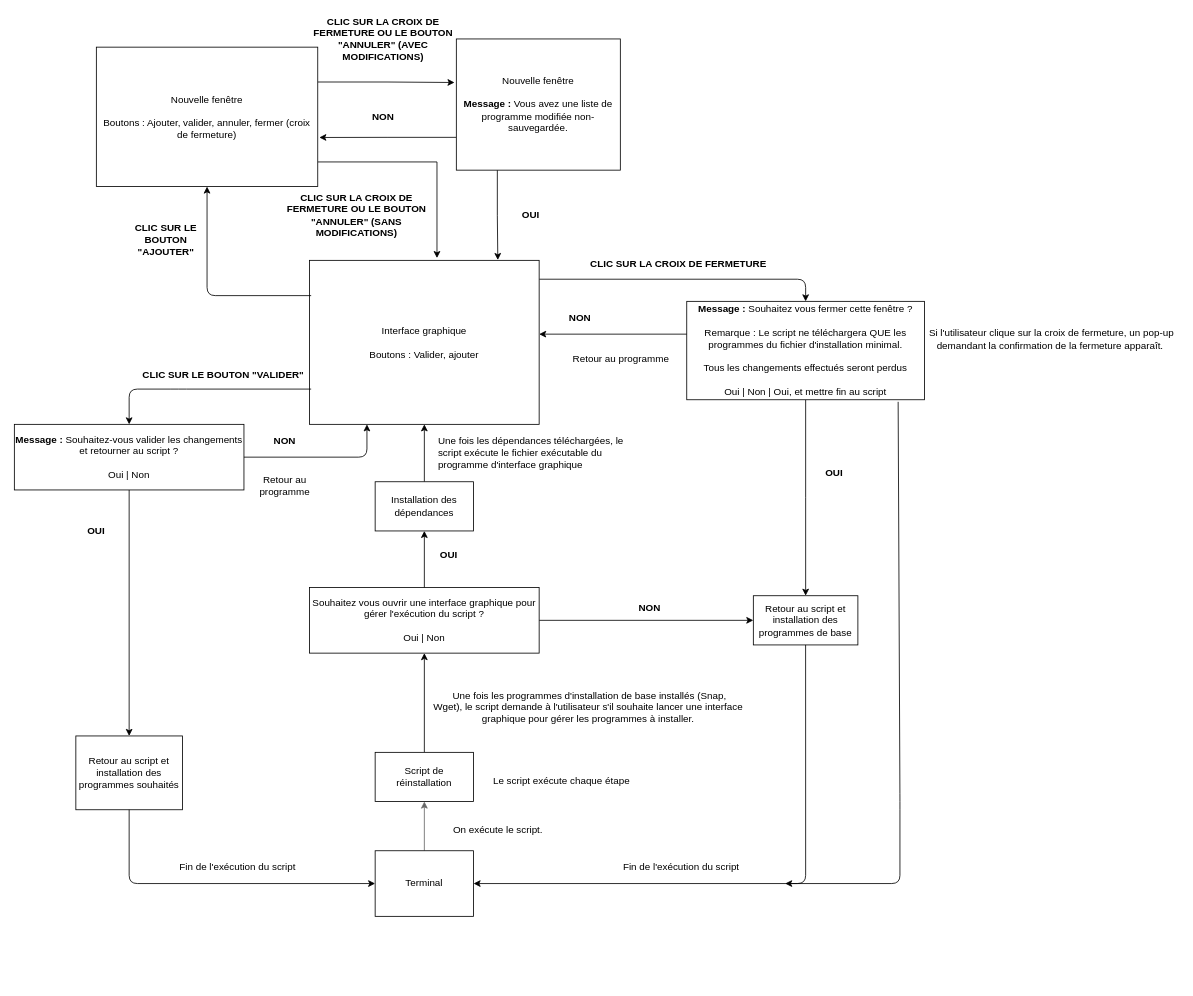
Earlier version of the draw.io diagram GUI/Interface graphique.drawio (DimitriObeid/Linux-reinstall). Source tidied: cells renumbered, new cells numbered last; positions are measured from the earlier drawing's top-left corner, leaving out a move shared by most shapes. Both pictures are drawn from the tidied source at 82%, with x=0, y=0 at pixel (14, 14).
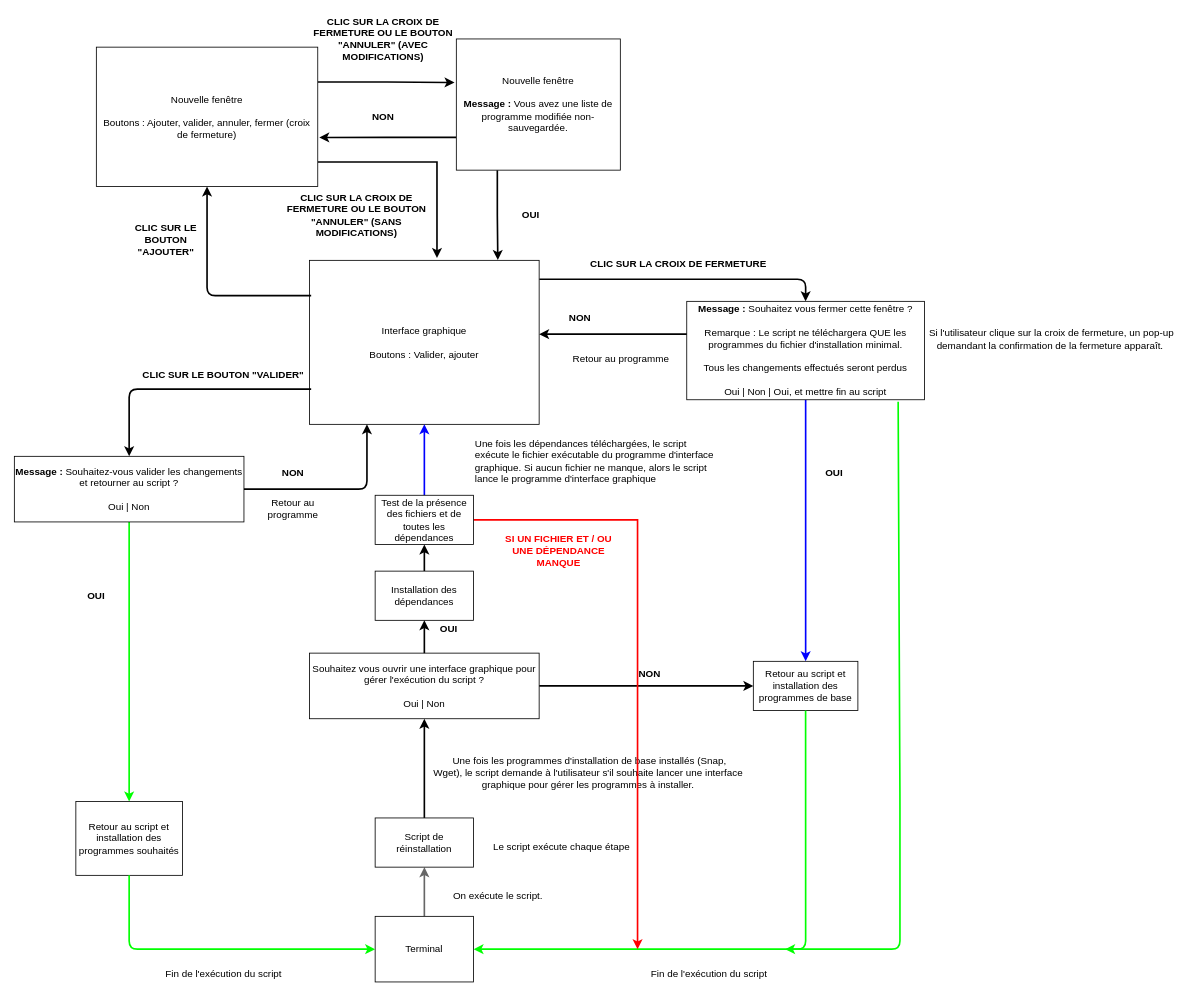
The same page after the edit.

Commit message (it also covers changes not shown here):
Gestion du code de couleurs des flèches

Unchanged cells that the change refers to:
```xml
<mxCell id="10" value="Interface graphique&lt;br&gt;&lt;br&gt;Boutons : Valider, ajouter" style="rounded=0;whiteSpace=wrap;html=1;align=center;" parent="1" vertex="1">
  <mxGeometry x="360" y="300" width="280" height="200" as="geometry" />
</mxCell>
<mxCell id="16" value="&lt;b&gt;Message :&lt;/b&gt; Souhaitez vous fermer cette fenêtre ?&lt;br&gt;&lt;br&gt;Remarque : Le script ne téléchargera QUE les programmes du fichier d'installation minimal.&lt;br&gt;&lt;br&gt;Tous les changements effectués seront perdus&lt;br&gt;&lt;br&gt;&lt;div&gt;Oui | Non | Oui, et mettre fin au script&lt;/div&gt;" style="rounded=0;whiteSpace=wrap;html=1;" parent="1" vertex="1">
  <mxGeometry x="820" y="350" width="290" height="120" as="geometry" />
</mxCell>
<mxCell id="42" value="Nouvelle fenêtre&lt;br&gt;&lt;br&gt;Boutons : Ajouter, valider, annuler, fermer (croix de fermeture)" style="rounded=0;whiteSpace=wrap;html=1;" parent="1" vertex="1">
  <mxGeometry x="100" y="40" width="270" height="170" as="geometry" />
</mxCell>
<mxCell id="49" value="Nouvelle fenêtre&lt;br&gt;&lt;br&gt;&lt;b&gt;Message :&lt;/b&gt; Vous avez une liste de programme modifiée non-sauvegardée." style="rounded=0;whiteSpace=wrap;html=1;" parent="1" vertex="1">
  <mxGeometry x="539" y="30" width="200" height="160" as="geometry" />
</mxCell>
```

What changed in the source:
```diff
@@
-    <mxCell id="2" style="edgeStyle=orthogonalEdgeStyle;rounded=0;jettySize=auto;html=1;fillColor=#f5f5f5;strokeColor=#666666;" parent="1" edge="1" source="3" target="5">
+    <mxCell id="2" style="edgeStyle=orthogonalEdgeStyle;rounded=0;jettySize=auto;html=1;fillColor=#f5f5f5;strokeColor=#666666;strokeWidth=2;" parent="1" edge="1" source="3" target="5">
       <mxGeometry relative="1" as="geometry" />
     </mxCell>
     <mxCell id="3" value="Terminal" style="rounded=0;whiteSpace=wrap;html=1;" parent="1" vertex="1">
-      <mxGeometry x="440" y="1020" width="120" height="80" as="geometry" />
+      <mxGeometry x="440" y="1100" width="120" height="80" as="geometry" />
     </mxCell>
-    <mxCell id="4" style="edgeStyle=orthogonalEdgeStyle;rounded=0;jettySize=auto;html=1;" parent="1" edge="1" source="5" target="7">
+    <mxCell id="4" style="edgeStyle=orthogonalEdgeStyle;rounded=0;jettySize=auto;html=1;strokeWidth=2;" parent="1" edge="1" source="5" target="7">
       <mxGeometry relative="1" as="geometry" />
     </mxCell>
     <mxCell id="5" value="Script de réinstallation" style="rounded=0;whiteSpace=wrap;html=1;" parent="1" vertex="1">
-      <mxGeometry x="440" y="900" width="120" height="60" as="geometry" />
+      <mxGeometry x="440" y="980" width="120" height="60" as="geometry" />
     </mxCell>
-    <mxCell id="6" style="edgeStyle=orthogonalEdgeStyle;rounded=0;jettySize=auto;html=1;entryX=0;entryY=0.5;entryDx=0;entryDy=0;" parent="1" edge="1" source="7" target="17">
+    <mxCell id="6" style="edgeStyle=orthogonalEdgeStyle;rounded=0;jettySize=auto;html=1;entryX=0;entryY=0.5;entryDx=0;entryDy=0;strokeWidth=2;" parent="1" edge="1" source="7" target="17">
       <mxGeometry relative="1" as="geometry" />
     </mxCell>
     <mxCell id="7" value="Souhaitez vous ouvrir une interface graphique pour gérer l'exécution du script ?&lt;br&gt;&lt;br&gt;Oui | Non" style="rounded=0;whiteSpace=wrap;html=1;" parent="1" vertex="1">
-      <mxGeometry x="360" y="699" width="280" height="80" as="geometry" />
+      <mxGeometry x="360" y="779" width="280" height="80" as="geometry" />
     </mxCell>
-    <mxCell id="8" style="edgeStyle=orthogonalEdgeStyle;rounded=0;jettySize=auto;html=1;" parent="1" edge="1" source="9" target="10">
-      <mxGeometry relative="1" as="geometry" />
-    </mxCell>
+    <mxCell id="54" style="edgeStyle=orthogonalEdgeStyle;rounded=0;jettySize=auto;html=1;strokeWidth=2;" parent="1" edge="1" source="9" target="57">
+      <mxGeometry relative="1" as="geometry" />
+    </mxCell>
     <mxCell id="9" value="Installation des dépendances" style="rounded=0;whiteSpace=wrap;html=1;" parent="1" vertex="1">
-      <mxGeometry x="440" y="570" width="120" height="60" as="geometry" />
+      <mxGeometry x="440" y="679" width="120" height="60" as="geometry" />
     </mxCell>
@@
     <mxCell id="11" value="On exécute le script." style="text;strokeColor=none;fillColor=none;align=center;verticalAlign=middle;whiteSpace=wrap;rounded=0;html=1;" parent="1" vertex="1">
-      <mxGeometry x="530" y="980" width="120" height="30" as="geometry" />
+      <mxGeometry x="530" y="1060" width="120" height="30" as="geometry" />
     </mxCell>
-    <mxCell id="12" value="Une fois les dépendances téléchargées, le script exécute le fichier exécutable du programme d'interface graphique" style="text;html=1;strokeColor=none;fillColor=none;align=left;verticalAlign=middle;whiteSpace=wrap;rounded=0;" parent="1" vertex="1">
-      <mxGeometry x="515" y="500" width="240" height="70" as="geometry" />
+    <mxCell id="12" value="Une fois les dépendances téléchargées, le script exécute le fichier exécutable du programme d'interface graphique. Si aucun fichier ne manque, alors le script lance le programme d'interface graphique" style="text;html=1;strokeColor=none;fillColor=none;align=left;verticalAlign=middle;whiteSpace=wrap;rounded=0;" parent="1" vertex="1">
+      <mxGeometry x="560" y="510" width="300" height="70" as="geometry" />
     </mxCell>
@@
-    <mxCell id="14" style="edgeStyle=orthogonalEdgeStyle;rounded=0;orthogonalLoop=1;jettySize=auto;html=1;exitX=0;exitY=0.5;exitDx=0;exitDy=0;" parent="1" edge="1">
+    <mxCell id="14" style="edgeStyle=orthogonalEdgeStyle;rounded=0;orthogonalLoop=1;jettySize=auto;html=1;exitX=0;exitY=0.5;exitDx=0;exitDy=0;strokeWidth=2;" parent="1" edge="1">
       <mxGeometry relative="1" as="geometry">
         <mxPoint x="870" y="390" as="sourcePoint" />
         <mxPoint x="640" y="390" as="targetPoint" />
       </mxGeometry>
     </mxCell>
-    <mxCell id="15" style="edgeStyle=orthogonalEdgeStyle;rounded=0;jettySize=auto;html=1;" parent="1" edge="1" source="16" target="17">
+    <mxCell id="15" style="edgeStyle=orthogonalEdgeStyle;rounded=0;jettySize=auto;html=1;strokeWidth=2;fillColor=#60a917;strokeColor=#0000FF;" parent="1" edge="1" source="16" target="17">
       <mxGeometry relative="1" as="geometry" />
     </mxCell>
@@
     <mxCell id="17" value="Retour au script et installation des programmes de base" style="rounded=0;whiteSpace=wrap;html=1;" parent="1" vertex="1">
-      <mxGeometry x="901.2" y="709" width="127.5" height="60" as="geometry" />
+      <mxGeometry x="901.2" y="789" width="127.5" height="60" as="geometry" />
     </mxCell>
-    <mxCell id="18" style="endArrow=classic;html=1;entryX=0.5;entryY=0;entryDx=0;entryDy=0;exitX=1.001;exitY=0.115;exitDx=0;exitDy=0;exitPerimeter=0;" parent="1" edge="1" source="10" target="16">
+    <mxCell id="18" style="endArrow=classic;html=1;entryX=0.5;entryY=0;entryDx=0;entryDy=0;exitX=1.001;exitY=0.115;exitDx=0;exitDy=0;exitPerimeter=0;strokeWidth=2;" parent="1" edge="1" source="10" target="16">
       <mxGeometry relative="1" as="geometry">
         <Array as="points">
           <mxPoint x="965" y="323" />
         </Array>
       </mxGeometry>
     </mxCell>
@@
-    <mxCell id="21" style="endArrow=classic;html=1;exitX=0.5;exitY=1;exitDx=0;exitDy=0;entryX=1;entryY=0.5;entryDx=0;entryDy=0;" parent="1" edge="1" source="17" target="3">
+    <mxCell id="21" style="endArrow=classic;html=1;exitX=0.5;exitY=1;exitDx=0;exitDy=0;entryX=1;entryY=0.5;entryDx=0;entryDy=0;fillColor=#60a917;strokeColor=#00FF00;strokeWidth=2;" parent="1" edge="1" source="17" target="3">
       <mxGeometry relative="1" as="geometry">
         <Array as="points">
-          <mxPoint x="965" y="1060" />
+          <mxPoint x="965" y="1140" />
         </Array>
       </mxGeometry>
     </mxCell>
-    <mxCell id="22" style="endArrow=classic;html=1;entryX=0.5;entryY=1;entryDx=0;entryDy=0;exitX=0.5;exitY=0;exitDx=0;exitDy=0;" parent="1" edge="1" source="7" target="9">
+    <mxCell id="22" style="endArrow=classic;html=1;entryX=0.5;entryY=1;entryDx=0;entryDy=0;exitX=0.5;exitY=0;exitDx=0;exitDy=0;strokeWidth=2;" parent="1" edge="1" source="7" target="9">
       <mxGeometry relative="1" as="geometry" />
     </mxCell>
     <mxCell id="23" value="&lt;div&gt;&lt;span&gt;&amp;nbsp;Une fois les programmes d'installation de base installés (Snap, Wget),&amp;nbsp;&lt;/span&gt;&lt;span&gt;le script demande à l'utilisateur s'il souhaite lancer une interface graphique pour gérer les programmes à&amp;nbsp;installer.&lt;/span&gt;&lt;/div&gt;" style="text;html=1;strokeColor=none;fillColor=none;align=center;verticalAlign=middle;whiteSpace=wrap;rounded=0;" parent="1" vertex="1">
-      <mxGeometry x="510" y="794.9" width="380" height="100" as="geometry" />
+      <mxGeometry x="510" y="874.9" width="380" height="100" as="geometry" />
     </mxCell>
     <mxCell id="24" value="Le script exécute chaque étape" style="text;html=1;strokeColor=none;fillColor=none;align=center;verticalAlign=middle;whiteSpace=wrap;rounded=0;" parent="1" vertex="1">
-      <mxGeometry x="575" y="925" width="185" height="20" as="geometry" />
+      <mxGeometry x="575" y="1005" width="185" height="20" as="geometry" />
     </mxCell>
     <mxCell id="25" value="&lt;b&gt;NON&lt;/b&gt;" style="text;html=1;strokeColor=none;fillColor=none;align=center;verticalAlign=middle;whiteSpace=wrap;rounded=0;" parent="1" vertex="1">
-      <mxGeometry x="755" y="714" width="40" height="20" as="geometry" />
+      <mxGeometry x="755" y="794" width="40" height="20" as="geometry" />
     </mxCell>
@@
     <mxCell id="27" value="&lt;b&gt;OUI&lt;/b&gt;" style="text;html=1;strokeColor=none;fillColor=none;align=center;verticalAlign=middle;whiteSpace=wrap;rounded=0;" parent="1" vertex="1">
-      <mxGeometry x="510" y="650" width="40" height="20" as="geometry" />
+      <mxGeometry x="510" y="740" width="40" height="20" as="geometry" />
     </mxCell>
@@
-    <mxCell id="29" style="edgeStyle=orthogonalEdgeStyle;rounded=0;jettySize=auto;html=1;" parent="1" edge="1" source="30" target="31">
+    <mxCell id="29" style="edgeStyle=orthogonalEdgeStyle;rounded=0;jettySize=auto;html=1;strokeWidth=2;fillColor=#60a917;strokeColor=#00FF00;" parent="1" edge="1" source="30" target="31">
       <mxGeometry relative="1" as="geometry" />
     </mxCell>
     <mxCell id="30" value="&lt;b&gt;Message :&lt;/b&gt; Souhaitez-vous valider les changements et retourner au script ?&lt;br&gt;&lt;br&gt;Oui | Non" style="rounded=0;whiteSpace=wrap;html=1;" parent="1" vertex="1">
-      <mxGeometry y="500" width="280" height="80" as="geometry" />
+      <mxGeometry y="539" width="280" height="80" as="geometry" />
     </mxCell>
     <mxCell id="31" value="Retour au script et installation des programmes souhaités" style="rounded=0;whiteSpace=wrap;html=1;" parent="1" vertex="1">
-      <mxGeometry x="75" y="880" width="130" height="90" as="geometry" />
+      <mxGeometry x="75" y="960" width="130" height="90" as="geometry" />
     </mxCell>
-    <mxCell id="32" style="endArrow=classic;html=1;exitX=0.007;exitY=0.785;exitDx=0;exitDy=0;exitPerimeter=0;entryX=0.5;entryY=0;entryDx=0;entryDy=0;" parent="1" edge="1" source="10" target="30">
+    <mxCell id="32" style="endArrow=classic;html=1;exitX=0.007;exitY=0.785;exitDx=0;exitDy=0;exitPerimeter=0;entryX=0.5;entryY=0;entryDx=0;entryDy=0;strokeWidth=2;" parent="1" edge="1" source="10" target="30">
       <mxGeometry relative="1" as="geometry">
         <Array as="points">
           <mxPoint x="200" y="457" />
           <mxPoint x="140" y="457" />
         </Array>
       </mxGeometry>
     </mxCell>
@@
-    <mxCell id="34" style="endArrow=classic;html=1;exitX=1;exitY=0.5;exitDx=0;exitDy=0;entryX=0.25;entryY=1;entryDx=0;entryDy=0;" parent="1" edge="1" source="30" target="10">
+    <mxCell id="34" style="endArrow=classic;html=1;exitX=1;exitY=0.5;exitDx=0;exitDy=0;entryX=0.25;entryY=1;entryDx=0;entryDy=0;strokeWidth=2;" parent="1" edge="1" source="30" target="10">
       <mxGeometry relative="1" as="geometry">
         <Array as="points">
-          <mxPoint x="430" y="540" />
+          <mxPoint x="430" y="579" />
         </Array>
       </mxGeometry>
     </mxCell>
     <mxCell id="35" value="&lt;b&gt;NON&lt;/b&gt;" style="text;html=1;strokeColor=none;fillColor=none;align=center;verticalAlign=middle;whiteSpace=wrap;rounded=0;" parent="1" vertex="1">
-      <mxGeometry x="310" y="510" width="40" height="20" as="geometry" />
+      <mxGeometry x="320" y="550" width="40" height="20" as="geometry" />
     </mxCell>
     <mxCell id="36" value="Retour au programme" style="text;html=1;strokeColor=none;fillColor=none;align=center;verticalAlign=middle;whiteSpace=wrap;rounded=0;" parent="1" vertex="1">
-      <mxGeometry x="290" y="550" width="80" height="50" as="geometry" />
+      <mxGeometry x="300" y="586.5" width="80" height="32.5" as="geometry" />
     </mxCell>
     <mxCell id="37" value="&lt;b&gt;OUI&lt;/b&gt;" style="text;html=1;strokeColor=none;fillColor=none;align=center;verticalAlign=middle;whiteSpace=wrap;rounded=0;" parent="1" vertex="1">
-      <mxGeometry x="80" y="620" width="40" height="20" as="geometry" />
+      <mxGeometry x="80" y="700" width="40" height="20" as="geometry" />
     </mxCell>
-    <mxCell id="38" style="endArrow=classic;html=1;exitX=0.5;exitY=1;exitDx=0;exitDy=0;entryX=0;entryY=0.5;entryDx=0;entryDy=0;" parent="1" edge="1" source="31" target="3">
+    <mxCell id="38" style="endArrow=classic;html=1;exitX=0.5;exitY=1;exitDx=0;exitDy=0;entryX=0;entryY=0.5;entryDx=0;entryDy=0;strokeWidth=2;fillColor=#60a917;strokeColor=#00FF00;" parent="1" edge="1" source="31" target="3">
       <mxGeometry relative="1" as="geometry">
         <Array as="points">
-          <mxPoint x="140" y="1060" />
+          <mxPoint x="140" y="1140" />
         </Array>
       </mxGeometry>
     </mxCell>
     <mxCell id="39" value="Fin de l'exécution du script" style="text;html=1;strokeColor=none;fillColor=none;align=center;verticalAlign=middle;whiteSpace=wrap;rounded=0;" parent="1" vertex="1">
-      <mxGeometry x="185" y="1030" width="175" height="20" as="geometry" />
+      <mxGeometry x="167.5" y="1160" width="175" height="20" as="geometry" />
     </mxCell>
-    <mxCell id="40" style="edgeStyle=orthogonalEdgeStyle;rounded=0;jettySize=auto;html=1;entryX=0.555;entryY=-0.014;entryDx=0;entryDy=0;entryPerimeter=0;" parent="1" edge="1" source="42" target="10">
+    <mxCell id="40" style="edgeStyle=orthogonalEdgeStyle;rounded=0;jettySize=auto;html=1;entryX=0.555;entryY=-0.014;entryDx=0;entryDy=0;entryPerimeter=0;strokeWidth=2;" parent="1" edge="1" source="42" target="10">
       <mxGeometry relative="1" as="geometry">
         <Array as="points">
           <mxPoint x="235" y="180" />
           <mxPoint x="515" y="180" />
         </Array>
       </mxGeometry>
     </mxCell>
-    <mxCell id="41" style="edgeStyle=orthogonalEdgeStyle;rounded=0;jettySize=auto;html=1;exitX=1;exitY=0.25;exitDx=0;exitDy=0;entryX=-0.011;entryY=0.332;entryDx=0;entryDy=0;entryPerimeter=0;" parent="1" edge="1" source="42" target="49">
+    <mxCell id="41" style="edgeStyle=orthogonalEdgeStyle;rounded=0;jettySize=auto;html=1;exitX=1;exitY=0.25;exitDx=0;exitDy=0;entryX=-0.011;entryY=0.332;entryDx=0;entryDy=0;entryPerimeter=0;strokeWidth=2;" parent="1" edge="1" source="42" target="49">
       <mxGeometry relative="1" as="geometry" />
     </mxCell>
@@
-    <mxCell id="43" style="endArrow=classic;html=1;exitX=0.007;exitY=0.215;exitDx=0;exitDy=0;exitPerimeter=0;entryX=0.5;entryY=1;entryDx=0;entryDy=0;" parent="1" edge="1" source="10" target="42">
+    <mxCell id="43" style="endArrow=classic;html=1;exitX=0.007;exitY=0.215;exitDx=0;exitDy=0;exitPerimeter=0;entryX=0.5;entryY=1;entryDx=0;entryDy=0;strokeWidth=2;" parent="1" edge="1" source="10" target="42">
       <mxGeometry relative="1" as="geometry">
         <Array as="points">
           <mxPoint x="235" y="343" />
         </Array>
       </mxGeometry>
     </mxCell>
@@
-    <mxCell id="47" style="edgeStyle=orthogonalEdgeStyle;rounded=0;jettySize=auto;html=1;exitX=0;exitY=0.75;exitDx=0;exitDy=0;entryX=1.007;entryY=0.648;entryDx=0;entryDy=0;entryPerimeter=0;" parent="1" edge="1" source="49" target="42">
+    <mxCell id="47" style="edgeStyle=orthogonalEdgeStyle;rounded=0;jettySize=auto;html=1;exitX=0;exitY=0.75;exitDx=0;exitDy=0;entryX=1.007;entryY=0.648;entryDx=0;entryDy=0;entryPerimeter=0;strokeWidth=2;" parent="1" edge="1" source="49" target="42">
       <mxGeometry relative="1" as="geometry" />
     </mxCell>
-    <mxCell id="48" style="edgeStyle=orthogonalEdgeStyle;rounded=0;jettySize=auto;html=1;exitX=0.25;exitY=1;exitDx=0;exitDy=0;entryX=0.82;entryY=-0.002;entryDx=0;entryDy=0;entryPerimeter=0;" parent="1" edge="1" source="49" target="10">
+    <mxCell id="48" style="edgeStyle=orthogonalEdgeStyle;rounded=0;jettySize=auto;html=1;exitX=0.25;exitY=1;exitDx=0;exitDy=0;entryX=0.82;entryY=-0.002;entryDx=0;entryDy=0;entryPerimeter=0;strokeWidth=2;" parent="1" edge="1" source="49" target="10">
       <mxGeometry relative="1" as="geometry" />
     </mxCell>
@@
-    <mxCell id="52" style="endArrow=classic;html=1;exitX=0.889;exitY=1.021;exitDx=0;exitDy=0;exitPerimeter=0;" parent="1" edge="1" source="16">
+    <mxCell id="52" style="endArrow=classic;html=1;exitX=0.889;exitY=1.021;exitDx=0;exitDy=0;exitPerimeter=0;fillColor=#60a917;strokeColor=#00FF00;strokeWidth=2;" parent="1" edge="1" source="16">
       <mxGeometry relative="1" as="geometry">
-        <mxPoint x="940" y="1060" as="targetPoint" />
+        <mxPoint x="940" y="1140" as="targetPoint" />
         <Array as="points">
           <mxPoint x="1080" y="960" />
-          <mxPoint x="1080" y="1060" />
+          <mxPoint x="1080" y="1140" />
         </Array>
       </mxGeometry>
     </mxCell>
     <mxCell id="53" value="Fin de l'exécution du script" style="text;html=1;strokeColor=none;fillColor=none;align=center;verticalAlign=middle;whiteSpace=wrap;rounded=0;" parent="1" vertex="1">
-      <mxGeometry x="726.2" y="1030" width="175" height="20" as="geometry" />
+      <mxGeometry x="760" y="1160" width="175" height="20" as="geometry" />
     </mxCell>
+    <mxCell id="55" style="edgeStyle=orthogonalEdgeStyle;rounded=0;jettySize=auto;html=1;strokeWidth=2;fillColor=#0050ef;strokeColor=#0000FF;" parent="1" edge="1" source="57" target="10">
+      <mxGeometry relative="1" as="geometry" />
+    </mxCell>
+    <mxCell id="56" style="edgeStyle=orthogonalEdgeStyle;rounded=0;jettySize=auto;html=1;exitX=1;exitY=0.5;exitDx=0;exitDy=0;strokeWidth=2;fillColor=#e51400;strokeColor=#FF0000;" parent="1" edge="1" source="57">
+      <mxGeometry relative="1" as="geometry">
+        <mxPoint x="760" y="1140" as="targetPoint" />
+        <Array as="points">
+          <mxPoint x="760" y="616" />
+        </Array>
+      </mxGeometry>
+    </mxCell>
+    <mxCell id="57" value="Test de la présence des fichiers et de toutes les dépendances" style="rounded=0;whiteSpace=wrap;html=1;" parent="1" vertex="1">
+      <mxGeometry x="440" y="586.5" width="120" height="60" as="geometry" />
+    </mxCell>
+    <mxCell id="58" value="&lt;b&gt;&lt;font color=&quot;#ff0000&quot;&gt;SI UN FICHIER ET / OU UNE DÉPENDANCE MANQUE&lt;/font&gt;&lt;/b&gt;" style="text;html=1;strokeColor=none;fillColor=none;align=center;verticalAlign=middle;whiteSpace=wrap;rounded=0;" parent="1" vertex="1">
+      <mxGeometry x="589" y="628" width="150" height="51" as="geometry" />
+    </mxCell>
```
